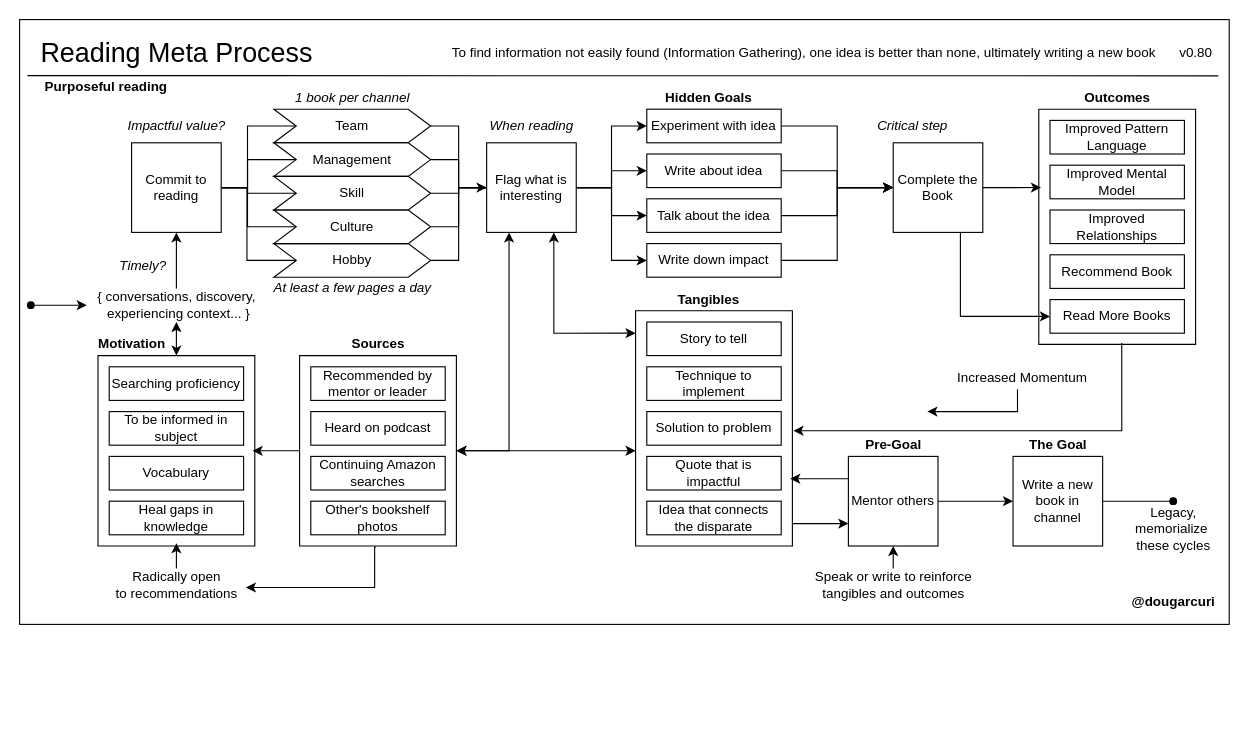
Before: books/diagrams/reading-process.drawio in solidi/learning-notes, a draw.io diagram. Source tidied: cells renumbered, new cells numbered last; positions are measured from the earlier drawing's top-left corner, leaving out a move shared by most shapes. Both pictures are drawn from the tidied source at 112%, with x=0, y=0 at pixel (19, 19).
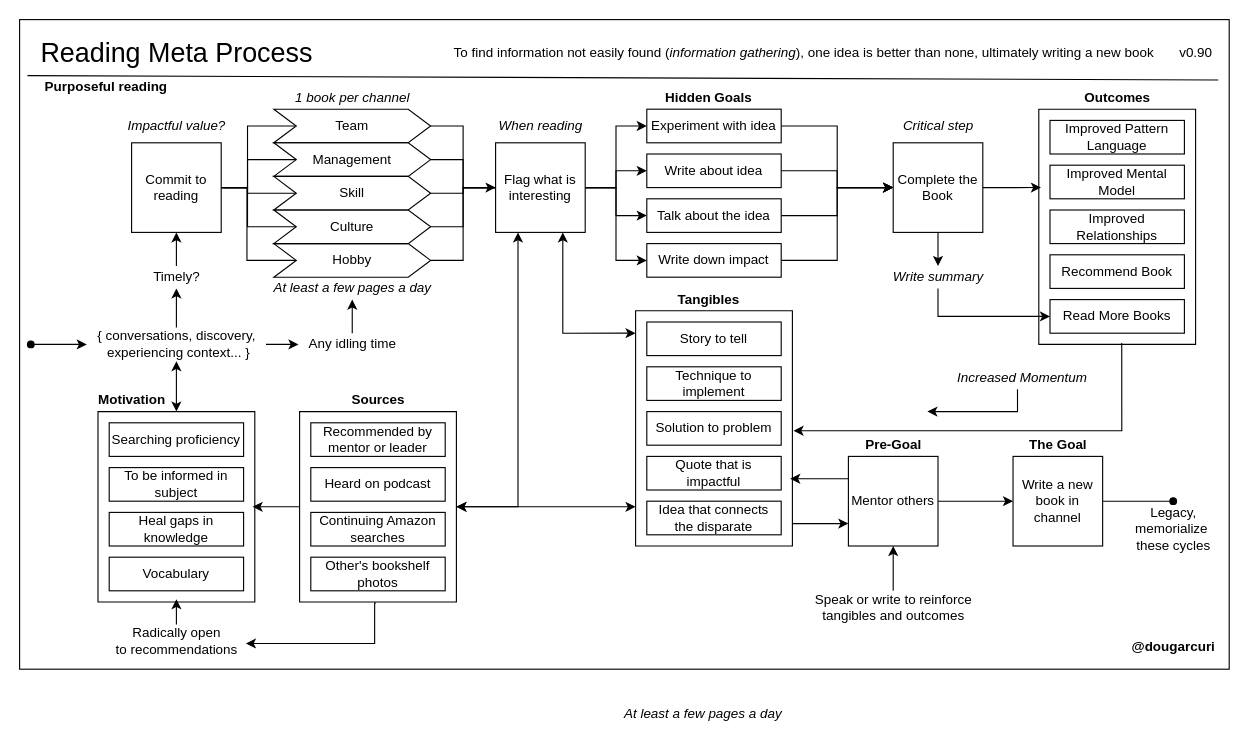
The same diagram, later.

Commit message (it also covers changes not shown here):
Add update to idling, and writing summaries

The change refers to these unchanged cells:
```xml
<mxCell id="6" style="verticalLabelPosition=bottom;verticalAlign=top;html=1;shape=mxgraph.basic.rect;fillColor2=none;strokeWidth=1;size=20;indent=5;fillColor=none;" parent="1" vertex="1">
  <mxGeometry x="550" y="260" width="140" height="210" as="geometry" />
</mxCell>
<mxCell id="13" value="Commit to reading" style="whiteSpace=wrap;html=1;" parent="1" vertex="1">
  <mxGeometry x="100" y="110" width="80" height="80" as="geometry" />
</mxCell>
<mxCell id="33" value="&lt;i&gt;At least a few pages a day&lt;/i&gt;" style="text;html=1;align=center;verticalAlign=middle;points=[];" parent="1" vertex="1">
  <mxGeometry x="217" y="230" width="160" height="20" as="geometry" />
</mxCell>
<mxCell id="42" value="Read More Books" style="rounded=0;whiteSpace=wrap;html=1;" parent="1" vertex="1">
  <mxGeometry x="920" y="250" width="120" height="30" as="geometry" />
</mxCell>
<mxCell id="45" value="Complete the Book" style="whiteSpace=wrap;html=1;" parent="1" vertex="1">
  <mxGeometry x="780" y="110" width="80" height="80" as="geometry" />
</mxCell>
```

What changed in the source:
```diff
@@
+    <mxCell id="85" style="verticalLabelPosition=bottom;verticalAlign=top;html=1;shape=mxgraph.basic.rect;fillColor2=none;strokeWidth=1;size=20;indent=5;fillColor=none;" parent="1" vertex="1">
+      <mxGeometry x="70" y="350" width="140" height="170" as="geometry" />
+    </mxCell>
     <mxCell id="2" style="rounded=0;whiteSpace=wrap;html=1;fillColor=none;" parent="1" vertex="1">
-      <mxGeometry width="1080" height="540" as="geometry" />
+      <mxGeometry width="1080" height="580" as="geometry" />
     </mxCell>
@@
-    <mxCell id="14" value="To find information not easily found (Information Gathering), one idea is better than none, ultimately writing a new book" style="text;html=1;align=center;verticalAlign=middle;" parent="1" vertex="1">
+    <mxCell id="14" value="To find information not easily found (&lt;i&gt;information gathering&lt;/i&gt;), one idea is better than none, ultimately writing a new book" style="text;html=1;align=center;verticalAlign=middle;" parent="1" vertex="1">
       <mxGeometry x="380" y="20" width="640" height="20" as="geometry" />
     </mxCell>
@@
     <mxCell id="22" value="Flag what is interesting" style="whiteSpace=wrap;html=1;" parent="1" vertex="1">
-      <mxGeometry x="417" y="110" width="80" height="80" as="geometry" />
+      <mxGeometry x="425" y="110" width="80" height="80" as="geometry" />
     </mxCell>
@@
-    <mxCell id="27" value="v0.80" style="text;html=1;align=center;verticalAlign=middle;" parent="1" vertex="1">
+    <mxCell id="27" value="v0.90" style="text;html=1;align=center;verticalAlign=middle;" parent="1" vertex="1">
       <mxGeometry x="1030" y="20" width="40" height="20" as="geometry" />
     </mxCell>
     <mxCell id="28" value="&lt;b&gt;@dougarcuri&lt;/b&gt;" style="text;html=1;align=center;verticalAlign=middle;" parent="1" vertex="1">
-      <mxGeometry x="985" y="510" width="90" height="20" as="geometry" />
+      <mxGeometry x="985" y="550" width="90" height="20" as="geometry" />
     </mxCell>
@@
     <mxCell id="35" value="Radically open&lt;br&gt;to recommendations" style="text;html=1;align=center;verticalAlign=middle;points=[];" parent="1" vertex="1">
-      <mxGeometry x="80" y="490" width="120" height="30" as="geometry" />
+      <mxGeometry x="80" y="540" width="120" height="30" as="geometry" />
     </mxCell>
@@
-    <mxCell id="44" style="edgeStyle=orthogonalEdgeStyle;rounded=0;jettySize=auto;html=1;exitX=0.75;exitY=1;exitDx=0;exitDy=0;entryX=0;entryY=0.5;entryDx=0;entryDy=0;startArrow=none;startFill=0;endArrow=classic;endFill=1;" parent="1" edge="1" source="45" target="42">
-      <mxGeometry relative="1" as="geometry" />
+    <mxCell id="44" style="edgeStyle=orthogonalEdgeStyle;rounded=0;jettySize=auto;html=1;exitX=0.5;exitY=1;exitDx=0;exitDy=0;entryX=0;entryY=0.5;entryDx=0;entryDy=0;startArrow=none;startFill=0;endArrow=classic;endFill=1;" parent="1" edge="1" source="105" target="42">
+      <mxGeometry relative="1" as="geometry">
+        <Array as="points">
+          <mxPoint x="820" y="265" />
+        </Array>
+      </mxGeometry>
     </mxCell>
+    <mxCell id="99" style="edgeStyle=orthogonalEdgeStyle;rounded=0;jettySize=auto;html=1;entryX=0.5;entryY=0;entryDx=0;entryDy=0;entryPerimeter=0;startArrow=none;startFill=0;endArrow=classic;endFill=1;" parent="1" edge="1" source="45" target="105">
+      <mxGeometry relative="1" as="geometry" />
+    </mxCell>
@@
     <mxCell id="53" value="&lt;i&gt;Critical step&lt;/i&gt;" style="text;html=1;align=center;verticalAlign=middle;" parent="1" vertex="1">
-      <mxGeometry x="757" y="85" width="80" height="20" as="geometry" />
+      <mxGeometry x="780" y="85" width="80" height="20" as="geometry" />
     </mxCell>
@@
-    <mxCell id="61" style="edgeStyle=orthogonalEdgeStyle;rounded=0;jettySize=auto;html=1;startArrow=classic;startFill=1;endArrow=classic;endFill=1;entryX=0;entryY=0.595;entryDx=0;entryDy=0;entryPerimeter=0;" parent="1" edge="1" source="70" target="6">
-      <mxGeometry relative="1" as="geometry" />
+    <mxCell id="61" style="edgeStyle=orthogonalEdgeStyle;rounded=0;jettySize=auto;html=1;startArrow=classic;startFill=1;endArrow=classic;endFill=1;entryX=0;entryY=0.595;entryDx=0;entryDy=0;entryPerimeter=0;" parent="1" edge="1" source="70">
+      <mxGeometry relative="1" as="geometry">
+        <mxPoint x="550" y="435" as="targetPoint" />
+      </mxGeometry>
     </mxCell>
@@
     <mxCell id="69" style="edgeStyle=orthogonalEdgeStyle;rounded=0;jettySize=auto;html=1;entryX=1.017;entryY=0.567;entryDx=0;entryDy=0;entryPerimeter=0;startArrow=none;startFill=0;endArrow=classic;endFill=1;exitX=0.486;exitY=1.006;exitDx=0;exitDy=0;exitPerimeter=0;" parent="1" edge="1" source="70" target="35">
       <mxGeometry relative="1" as="geometry">
         <Array as="points">
-          <mxPoint x="317" y="471" />
-          <mxPoint x="317" y="507" />
+          <mxPoint x="317" y="521" />
+          <mxPoint x="317" y="557" />
         </Array>
       </mxGeometry>
     </mxCell>
     <mxCell id="70" style="verticalLabelPosition=bottom;verticalAlign=top;html=1;shape=mxgraph.basic.rect;fillColor2=none;strokeWidth=1;size=20;indent=5;fillColor=none;" parent="1" vertex="1">
-      <mxGeometry x="250" y="300" width="140" height="170" as="geometry" />
+      <mxGeometry x="250" y="350" width="140" height="170" as="geometry" />
     </mxCell>
     <mxCell id="71" value="&lt;b&gt;Sources&lt;/b&gt;" style="text;html=1;align=center;verticalAlign=middle;" parent="1" vertex="1">
-      <mxGeometry x="290" y="280" width="60" height="20" as="geometry" />
+      <mxGeometry x="290" y="330" width="60" height="20" as="geometry" />
     </mxCell>
     <mxCell id="72" value="Recommended by mentor or leader" style="rounded=0;whiteSpace=wrap;html=1;" parent="1" vertex="1">
-      <mxGeometry x="260" y="310" width="120" height="30" as="geometry" />
+      <mxGeometry x="260" y="360" width="120" height="30" as="geometry" />
     </mxCell>
     <mxCell id="73" value="Heard on podcast" style="rounded=0;whiteSpace=wrap;html=1;" parent="1" vertex="1">
-      <mxGeometry x="260" y="350" width="120" height="30" as="geometry" />
+      <mxGeometry x="260" y="400" width="120" height="30" as="geometry" />
     </mxCell>
     <mxCell id="74" value="Continuing Amazon searches" style="rounded=0;whiteSpace=wrap;html=1;" parent="1" vertex="1">
-      <mxGeometry x="260" y="390" width="120" height="30" as="geometry" />
+      <mxGeometry x="260" y="440" width="120" height="30" as="geometry" />
     </mxCell>
@@
     <mxCell id="76" value="&lt;i&gt;When reading&lt;/i&gt;" style="text;html=1;align=center;verticalAlign=middle;" parent="1" vertex="1">
-      <mxGeometry x="412" y="85" width="90" height="20" as="geometry" />
+      <mxGeometry x="420" y="85" width="90" height="20" as="geometry" />
     </mxCell>
-    <mxCell id="77" style="edgeStyle=orthogonalEdgeStyle;rounded=0;jettySize=auto;html=1;entryX=0.5;entryY=1;entryDx=0;entryDy=0;startArrow=none;startFill=0;endArrow=classic;endFill=1;" parent="1" edge="1" source="79" target="13">
+    <mxCell id="77" style="edgeStyle=orthogonalEdgeStyle;rounded=0;jettySize=auto;html=1;entryX=0.5;entryY=1;entryDx=0;entryDy=0;startArrow=none;startFill=0;endArrow=classic;endFill=1;" parent="1" edge="1" source="97" target="13">
       <mxGeometry relative="1" as="geometry" />
     </mxCell>
     <mxCell id="78" style="edgeStyle=orthogonalEdgeStyle;rounded=0;jettySize=auto;html=1;startArrow=classic;startFill=1;endArrow=oval;endFill=1;" parent="1" edge="1" source="79">
       <mxGeometry relative="1" as="geometry">
-        <mxPoint x="10" y="255" as="targetPoint" />
+        <mxPoint x="10" y="290" as="targetPoint" />
       </mxGeometry>
     </mxCell>
+    <mxCell id="100" style="edgeStyle=orthogonalEdgeStyle;rounded=0;jettySize=auto;html=1;entryX=-0.033;entryY=0.5;entryDx=0;entryDy=0;entryPerimeter=0;startArrow=none;startFill=0;endArrow=classic;endFill=1;" parent="1" edge="1" source="79" target="102">
+      <mxGeometry relative="1" as="geometry" />
+    </mxCell>
     <mxCell id="79" value="{ conversations, discovery,&lt;br&gt;&amp;nbsp;experiencing context... }" style="text;html=1;align=center;verticalAlign=middle;points=[];" parent="1" vertex="1">
-      <mxGeometry x="60" y="240" width="160" height="30" as="geometry" />
+      <mxGeometry x="60" y="275" width="160" height="30" as="geometry" />
     </mxCell>
@@
     <mxCell id="81" value="Other's bookshelf photos" style="rounded=0;whiteSpace=wrap;html=1;" parent="1" vertex="1">
-      <mxGeometry x="260" y="430" width="120" height="30" as="geometry" />
+      <mxGeometry x="260" y="480" width="120" height="30" as="geometry" />
     </mxCell>
@@
     <mxCell id="84" value="Heal gaps in knowledge" style="rounded=0;whiteSpace=wrap;html=1;" parent="1" vertex="1">
-      <mxGeometry x="80" y="430" width="120" height="30" as="geometry" />
+      <mxGeometry x="80" y="440" width="120" height="30" as="geometry" />
     </mxCell>
-    <mxCell id="85" style="verticalLabelPosition=bottom;verticalAlign=top;html=1;shape=mxgraph.basic.rect;fillColor2=none;strokeWidth=1;size=20;indent=5;fillColor=none;" parent="1" vertex="1">
-      <mxGeometry x="70" y="300" width="140" height="170" as="geometry" />
-    </mxCell>
     <mxCell id="86" value="&lt;b&gt;Motivation&lt;/b&gt;" style="text;html=1;align=center;verticalAlign=middle;" parent="1" vertex="1">
-      <mxGeometry x="60" y="280" width="80" height="20" as="geometry" />
+      <mxGeometry x="60" y="330" width="80" height="20" as="geometry" />
     </mxCell>
     <mxCell id="87" value="Searching proficiency" style="rounded=0;whiteSpace=wrap;html=1;" parent="1" vertex="1">
-      <mxGeometry x="80" y="310" width="120" height="30" as="geometry" />
+      <mxGeometry x="80" y="360" width="120" height="30" as="geometry" />
     </mxCell>
     <mxCell id="88" value="To be informed in subject" style="rounded=0;whiteSpace=wrap;html=1;" parent="1" vertex="1">
-      <mxGeometry x="80" y="350" width="120" height="30" as="geometry" />
+      <mxGeometry x="80" y="400" width="120" height="30" as="geometry" />
     </mxCell>
     <mxCell id="89" value="Vocabulary" style="rounded=0;whiteSpace=wrap;html=1;" parent="1" vertex="1">
-      <mxGeometry x="80" y="390" width="120" height="30" as="geometry" />
+      <mxGeometry x="80" y="480" width="120" height="30" as="geometry" />
     </mxCell>
@@
     <mxCell id="91" value="Speak or write to reinforce&lt;br&gt;tangibles and outcomes" style="text;html=1;align=center;verticalAlign=middle;points=[];" parent="1" vertex="1">
-      <mxGeometry x="700" y="490" width="160" height="30" as="geometry" />
+      <mxGeometry x="700" y="510" width="160" height="30" as="geometry" />
     </mxCell>
@@
-    <mxCell id="93" value="Increased Momentum" style="text;html=1;align=center;verticalAlign=middle;points=[];" parent="1" vertex="1">
+    <mxCell id="93" value="&lt;i&gt;Increased Momentum&lt;/i&gt;" style="text;html=1;align=center;verticalAlign=middle;points=[];" parent="1" vertex="1">
       <mxGeometry x="830" y="310" width="130" height="20" as="geometry" />
     </mxCell>
@@
+    <mxCell id="98" value="Improved Relationships" style="rounded=0;whiteSpace=wrap;html=1;" parent="1" vertex="1">
+      <mxGeometry x="920" y="170" width="120" height="30" as="geometry" />
+    </mxCell>
+    <mxCell id="101" style="edgeStyle=orthogonalEdgeStyle;rounded=0;jettySize=auto;html=1;startArrow=none;startFill=0;endArrow=classic;endFill=1;" parent="1" edge="1" source="102" target="33">
+      <mxGeometry relative="1" as="geometry" />
+    </mxCell>
+    <mxCell id="102" value="Any idling time" style="text;html=1;align=center;verticalAlign=middle;points=[];" parent="1" vertex="1">
+      <mxGeometry x="252" y="280" width="90" height="20" as="geometry" />
+    </mxCell>
-    <mxCell id="97" value="&lt;i&gt;Timely?&lt;/i&gt;" style="text;html=1;align=center;verticalAlign=middle;points=[];" parent="1" vertex="1">
-      <mxGeometry x="80" y="210" width="60" height="20" as="geometry" />
+    <mxCell id="97" value="Timely?" style="text;html=1;align=center;verticalAlign=middle;points=[];" parent="1" vertex="1">
+      <mxGeometry x="110" y="220" width="60" height="20" as="geometry" />
     </mxCell>
-    <mxCell id="98" value="Improved Relationships" style="rounded=0;whiteSpace=wrap;html=1;" parent="1" vertex="1">
-      <mxGeometry x="920" y="170" width="120" height="30" as="geometry" />
-    </mxCell>
+    <mxCell id="103" style="edgeStyle=orthogonalEdgeStyle;rounded=0;jettySize=auto;html=1;entryX=0.5;entryY=1;entryDx=0;entryDy=0;startArrow=none;startFill=0;endArrow=classic;endFill=1;" parent="1" edge="1" source="79" target="97">
+      <mxGeometry relative="1" as="geometry" />
+    </mxCell>
+    <mxCell id="104" value="&lt;i&gt;At least a few pages a day&lt;/i&gt;" style="text;html=1;align=center;verticalAlign=middle;" parent="1" vertex="1">
+      <mxGeometry x="530" y="610" width="160" height="20" as="geometry" />
+    </mxCell>
+    <mxCell id="105" value="&lt;i&gt;Write summary&lt;/i&gt;" style="text;html=1;align=center;verticalAlign=middle;points=[];" parent="1" vertex="1">
+      <mxGeometry x="770" y="220" width="100" height="20" as="geometry" />
+    </mxCell>
```
